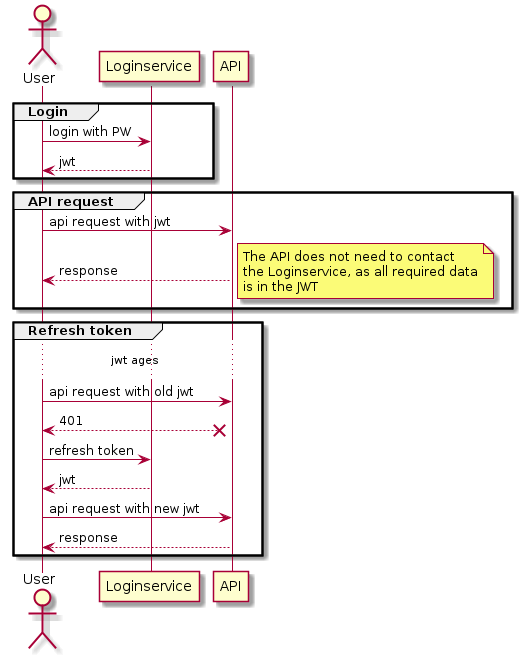
The PlantUML diagram login.png in phuhl/apparts-login-server, before a commit.
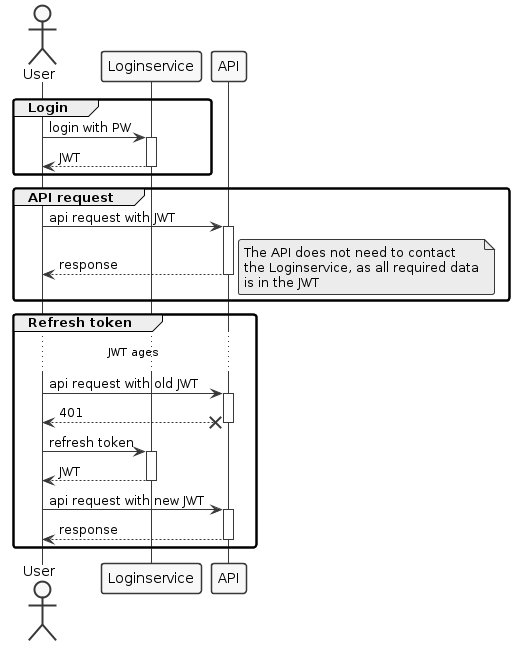
After the change.

Change to the diagram source:
```diff
@@ -1,14 +1,21 @@
 @startuml
 actor User
+skinparam roundcorner 5
+skinparam monochrome true
+skinparam shadowing false
 
 group Login
 User -> Loginservice : login with PW
-User <-- Loginservice : jwt
+activate Loginservice
+User <-- Loginservice : JWT
+deactivate Loginservice
 end
 
 group API request
-User -> API : api request with jwt
+User -> API : api request with JWT
+activate API
 API --> User : response
+deactivate API
 note right
 The API does not need to contact
 the Loginservice, as all required data
@@ -18,16 +25,22 @@
 
 group Refresh token
 
-... jwt ages  ...
+... JWT ages  ...
 
-User -> API : api request with old jwt
+User -> API : api request with old JWT
+activate API
 User <--x API : 401
+deactivate API
 
 User -> Loginservice : refresh token
-User <-- Loginservice : jwt
+activate Loginservice
+User <-- Loginservice : JWT
+deactivate Loginservice
 
-User -> API : api request with new jwt
+User -> API : api request with new JWT
+activate API
 API --> User : response
+deactivate API
 end
 
 @enduml
```
